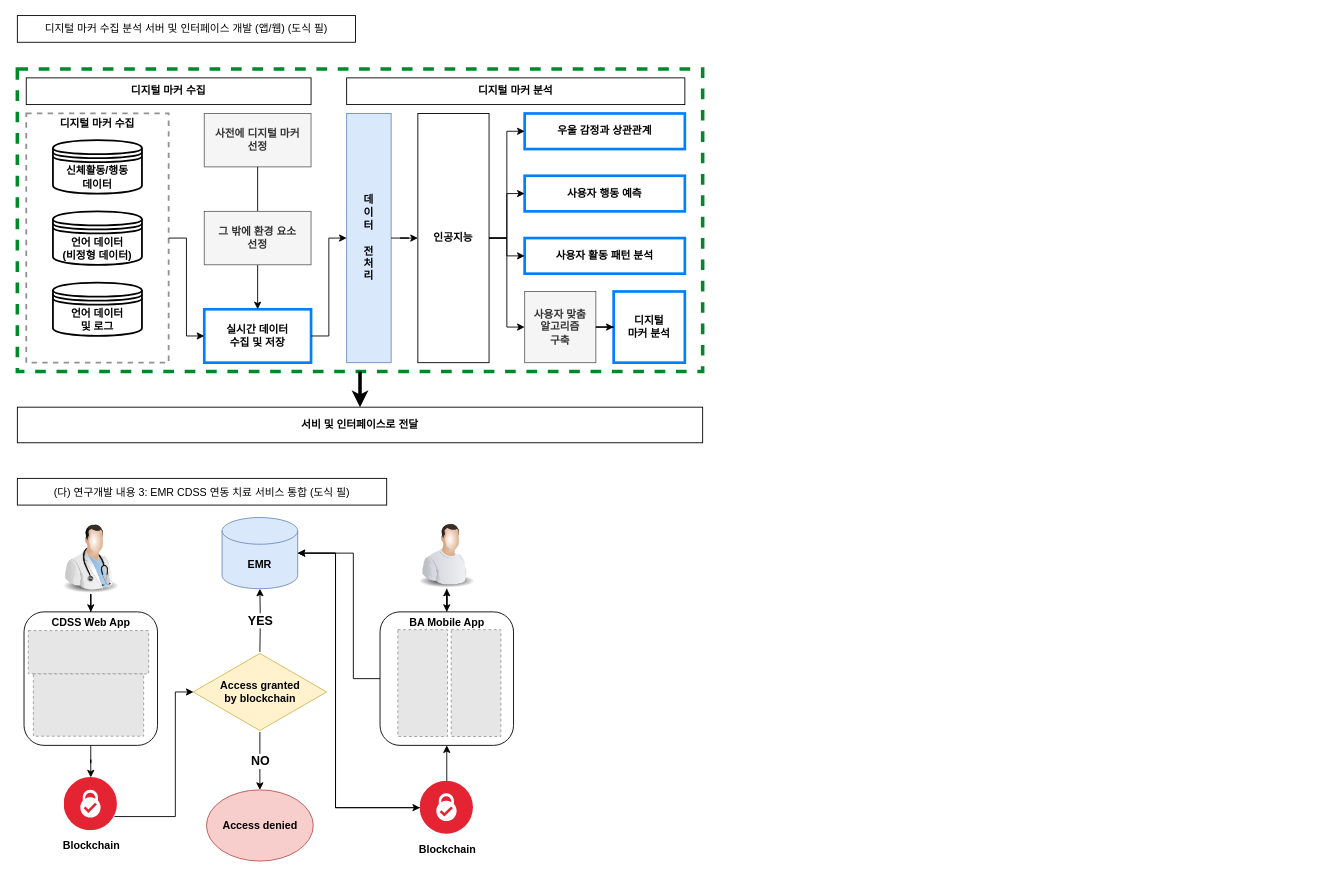
Above: gcp2.drawio in menomik1011/testowl (draw.io), before the change. Source tidied: cells renumbered, new cells numbered last; positions are measured from the earlier drawing's top-left corner, leaving out a move shared by most shapes. Both pictures are drawn from the tidied source at 89%, with x=0, y=0 at pixel (17, 15). Pictures stored in the file or linked from it are replaced by grey dashed boxes.
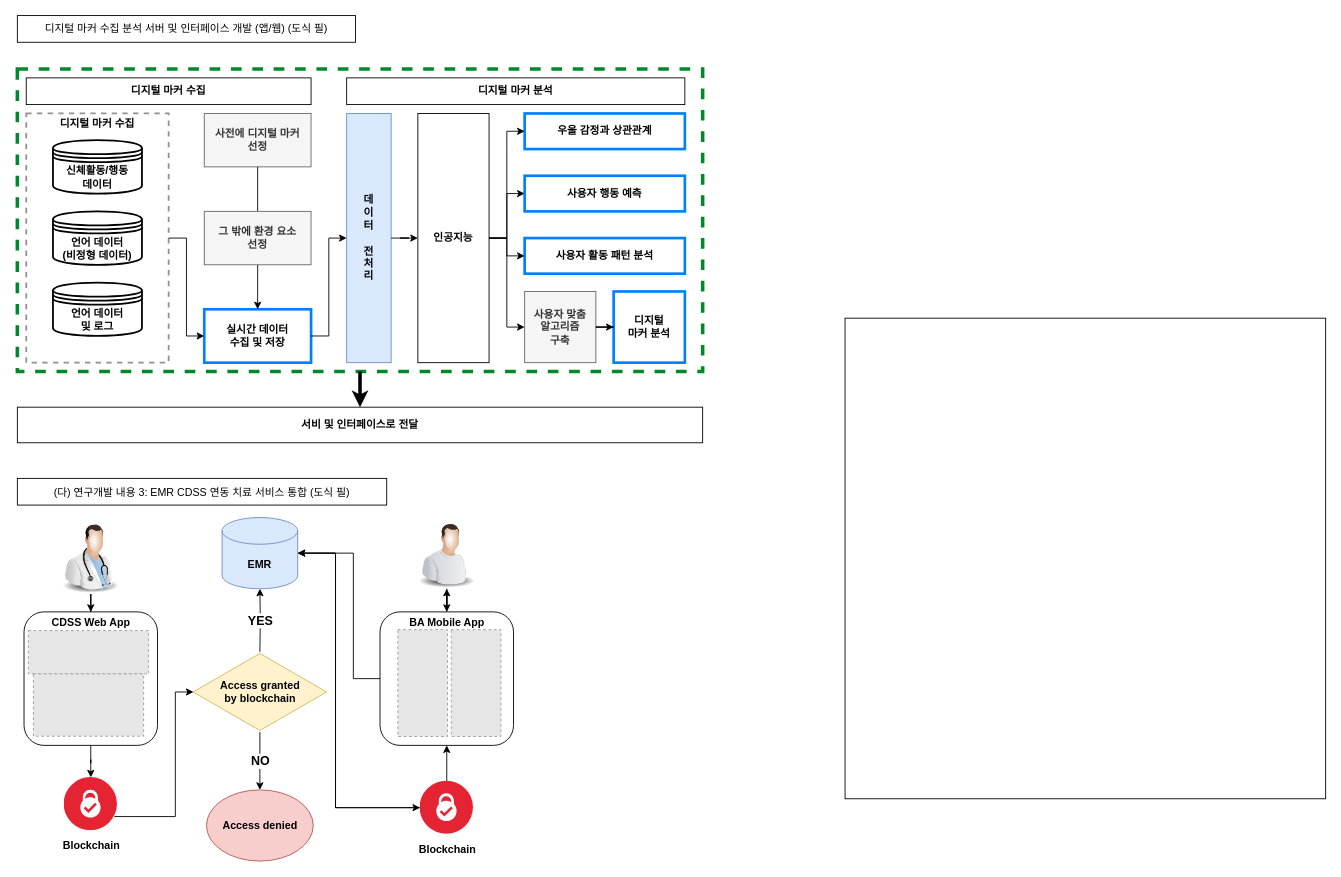
The same diagram, later.

What changed in the source:
```diff
@@
+    <mxCell id="58" style="whiteSpace=wrap;html=1;" parent="1" vertex="1">
+      <mxGeometry x="930" y="340" width="540" height="540" as="geometry" />
+    </mxCell>
```
